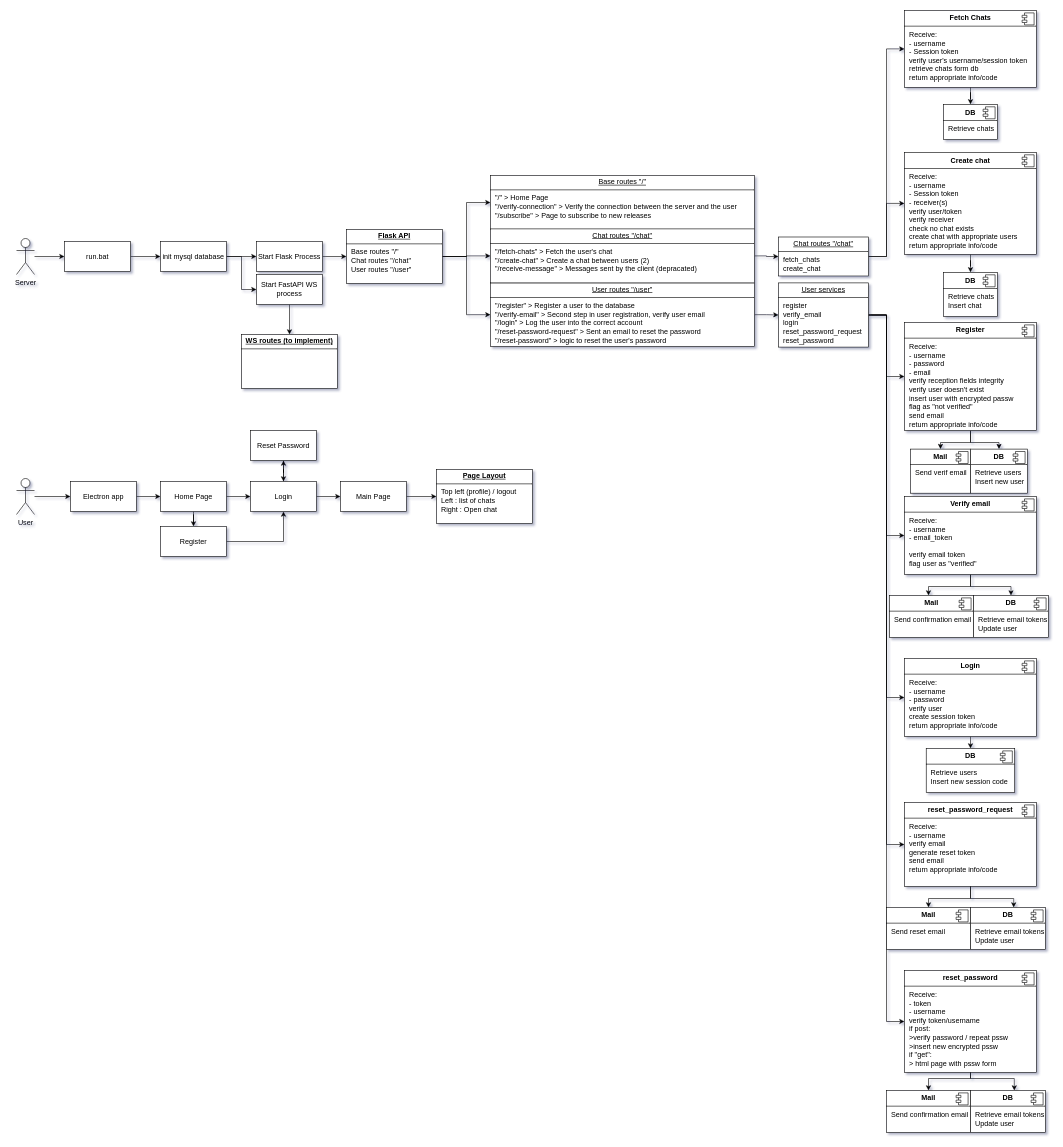
Above: ChatCLI.drawio in SciTechMC/ChatCLI (draw.io), before the change. Source tidied: cells renumbered, new cells numbered last; positions are measured from the earlier drawing's top-left corner, leaving out a move shared by most shapes. Both pictures are drawn from the tidied source at 60%, with x=0, y=0 at pixel (16, 10).
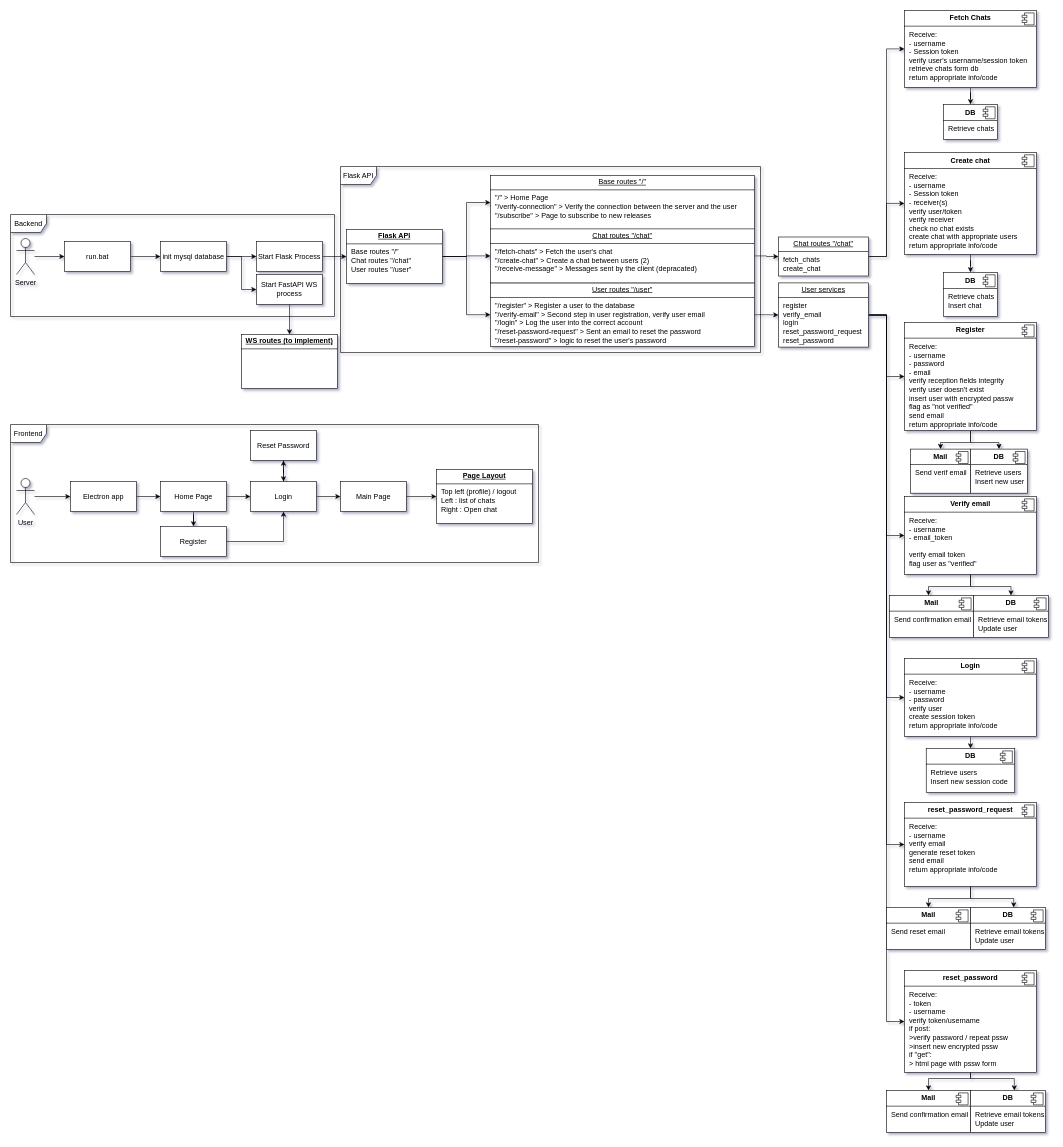
The same page after the edit.

The edit, as a diff of the source:
```diff
@@
+    <mxCell id="96" value="Backend" style="shape=umlFrame;whiteSpace=wrap;html=1;" parent="1" vertex="1">
+      <mxGeometry x="-10" y="340" width="540" height="170" as="geometry" />
+    </mxCell>
+    <mxCell id="97" value="Frontend" style="shape=umlFrame;whiteSpace=wrap;html=1;" parent="1" vertex="1">
+      <mxGeometry x="-10" y="690" width="880" height="230" as="geometry" />
+    </mxCell>
+    <mxCell id="98" value="Flask API" style="shape=umlFrame;whiteSpace=wrap;html=1;" parent="1" vertex="1">
+      <mxGeometry x="540" y="260" width="700" height="310" as="geometry" />
+    </mxCell>
```
